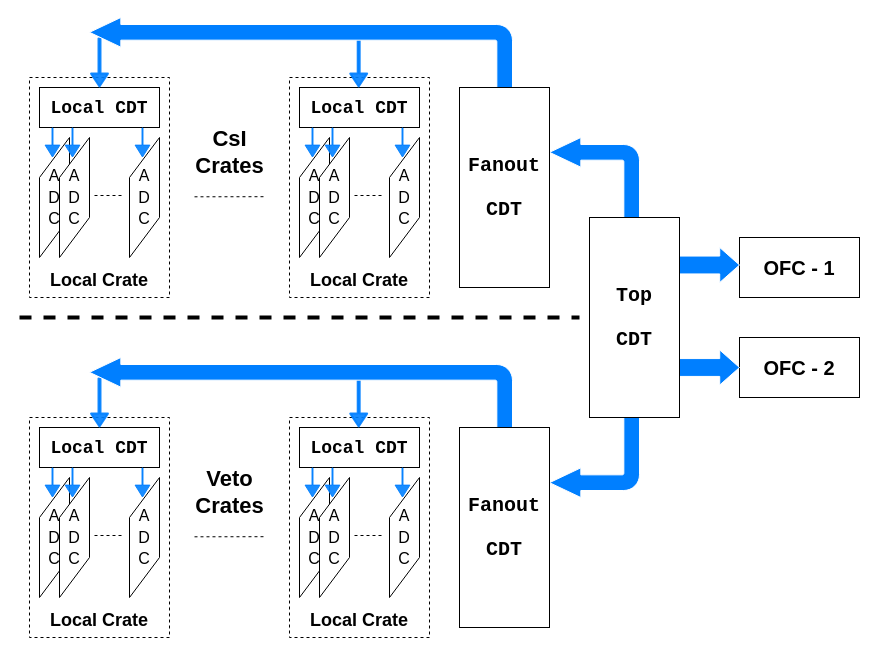
The draw.io diagram Clock_Distribution_Diagram.drawio in bai-ytluo/Chicago_Electronics, before the edit. Source tidied: cells renumbered, new cells numbered last; positions are measured from the earlier drawing's top-left corner, leaving out a move shared by most shapes. Both pictures are drawn from the tidied source at 100%, with x=0, y=0 at pixel (19, 17).
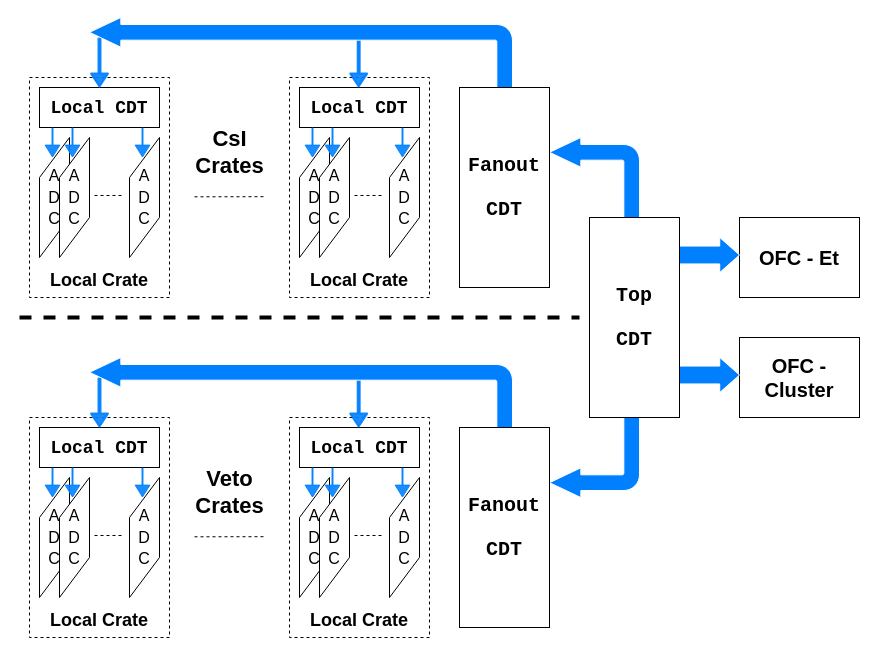
The same diagram, later.

What changed in the source:
```diff
@@
-    <mxCell id="2" value="&lt;p style=&quot;font-size: 20px&quot;&gt;OFC - 1&lt;/p&gt;" style="rounded=0;whiteSpace=wrap;html=1;fontStyle=1;" parent="1" vertex="1">
-      <mxGeometry x="720" y="220" width="120" height="60" as="geometry" />
+    <mxCell id="2" value="&lt;p style=&quot;font-size: 20px&quot;&gt;OFC - Et&lt;/p&gt;" style="rounded=0;whiteSpace=wrap;html=1;fontStyle=1;" parent="1" vertex="1">
+      <mxGeometry x="720" y="200" width="120" height="80" as="geometry" />
     </mxCell>
-    <mxCell id="3" value="&lt;p style=&quot;font-size: 20px&quot;&gt;OFC - 2&lt;/p&gt;" style="rounded=0;whiteSpace=wrap;html=1;fontStyle=1;" parent="1" vertex="1">
-      <mxGeometry x="720" y="320" width="120" height="60" as="geometry" />
+    <mxCell id="3" value="&lt;p style=&quot;font-size: 20px&quot;&gt;OFC - Cluster&lt;/p&gt;" style="rounded=0;whiteSpace=wrap;html=1;fontStyle=1;" parent="1" vertex="1">
+      <mxGeometry x="720" y="320" width="120" height="80" as="geometry" />
     </mxCell>
@@
     <mxCell id="53" style="html=1;shadow=0;dashed=0;align=center;verticalAlign=middle;shape=mxgraph.arrows2.arrow;dy=0.49;dx=19.78;notch=0;strokeColor=#FFFFFF;fillColor=#007FFF;fontSize=18;" parent="1" vertex="1">
-      <mxGeometry x="660" y="230" width="60" height="35" as="geometry" />
+      <mxGeometry x="660" y="220" width="60" height="35" as="geometry" />
     </mxCell>
     <mxCell id="54" style="html=1;shadow=0;dashed=0;align=center;verticalAlign=middle;shape=mxgraph.arrows2.arrow;dy=0.49;dx=19.78;notch=0;strokeColor=#FFFFFF;fillColor=#007FFF;fontSize=18;" parent="1" vertex="1">
-      <mxGeometry x="660" y="332.5" width="60" height="35" as="geometry" />
+      <mxGeometry x="660" y="340" width="60" height="35" as="geometry" />
     </mxCell>
```
